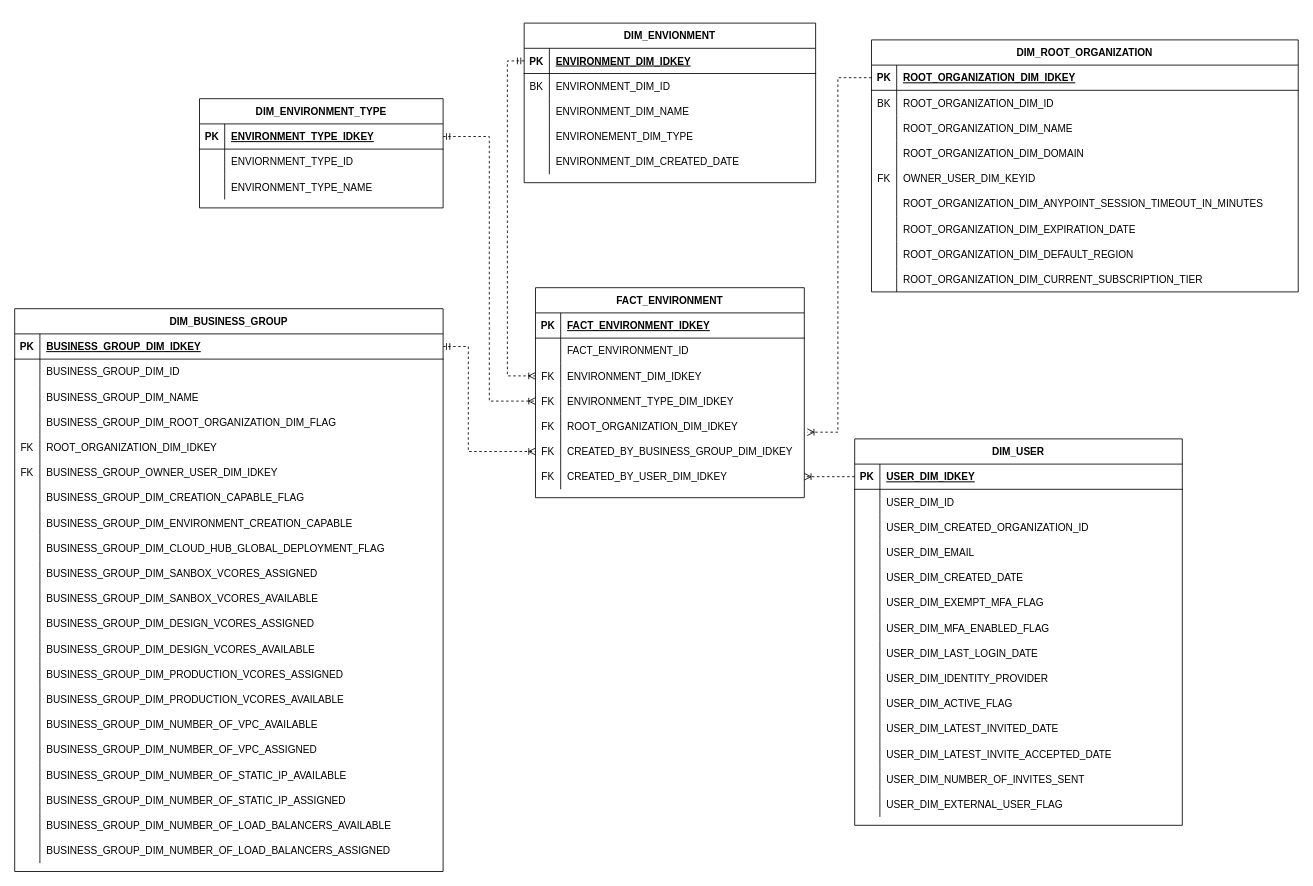
sponram/customer_analytics keeps this draw.io diagram as page "ENVIRONMENT" (3 of 7) of product/documentation/anypoint_logical_data_model.drawio. Above is the earlier version. Source tidied: cells renumbered, new cells numbered last; positions are measured from the earlier drawing's top-left corner, leaving out a move shared by most shapes. Both pictures are drawn from the tidied source at 84%, with x=0, y=0 at pixel (14, 23).
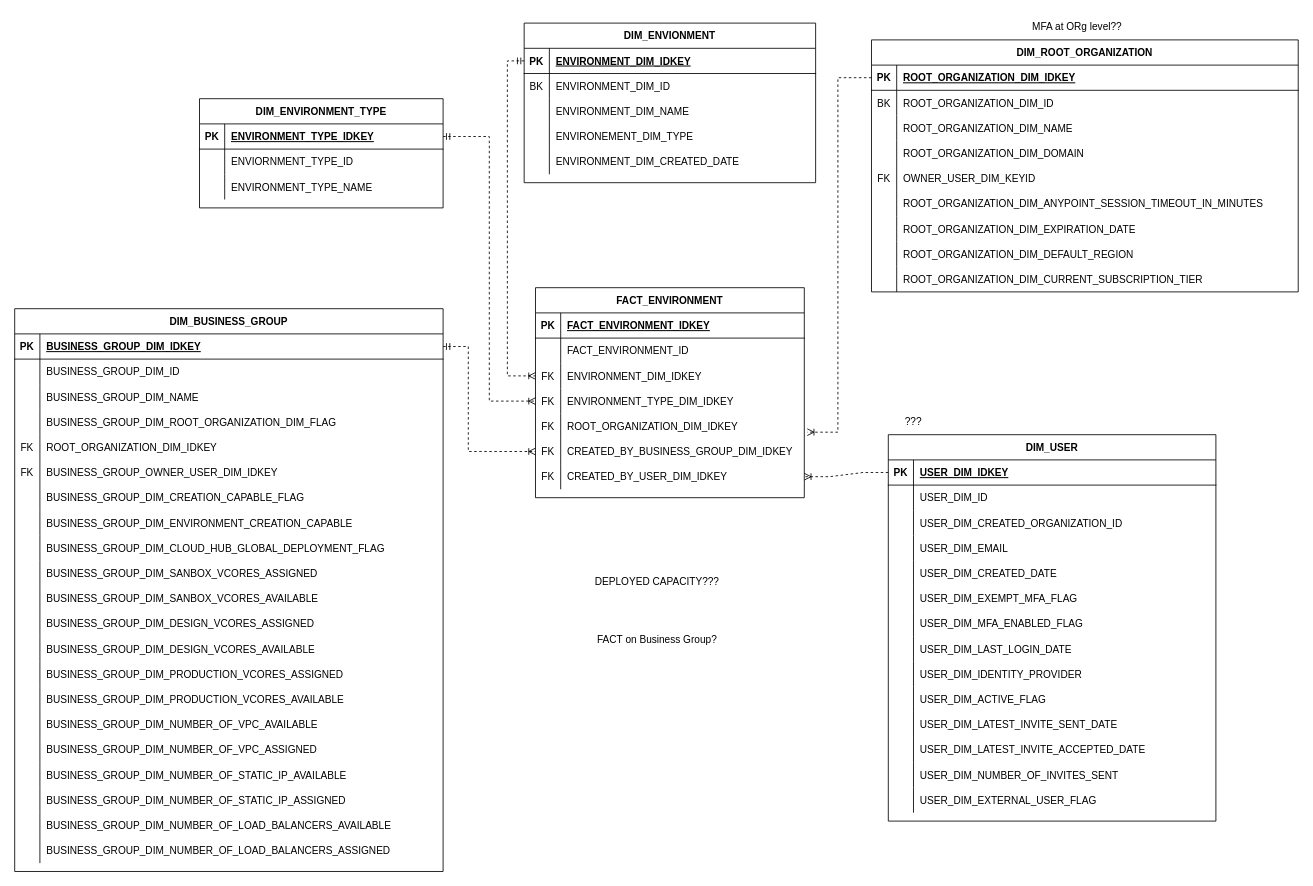
The same diagram, later.

Unchanged cells that the change refers to:
```xml
<mxCell id="87" style="shape=tableRow;horizontal=0;startSize=0;swimlaneHead=0;swimlaneBody=0;fillColor=none;top=0;left=0;right=0;bottom=0;" parent="56" vertex="1">
  <mxGeometry y="330" width="390" height="30" as="geometry" />
</mxCell>
```

Change to the diagram source:
```diff
@@
     <mxCell id="56" value="DIM_USER" style="shape=table;startSize=30;childLayout=tableLayout;rowLines=0;fontStyle=1;align=center;" parent="1" vertex="1">
-      <mxGeometry x="1000" y="495" width="390" height="460" as="geometry" />
+      <mxGeometry x="1040" y="490" width="390" height="460" as="geometry" />
     </mxCell>
@@
-    <mxCell id="89" value="USER_DIM_LATEST_INVITED_DATE" style="shape=partialRectangle;fillColor=none;top=0;left=0;bottom=0;right=0;align=left;spacingLeft=6;overflow=hidden;" parent="87" vertex="1">
+    <mxCell id="89" value="USER_DIM_LATEST_INVITE_SENT_DATE" style="shape=partialRectangle;fillColor=none;top=0;left=0;bottom=0;right=0;align=left;spacingLeft=6;overflow=hidden;" parent="87" vertex="1">
       <mxGeometry x="30" width="360" height="30" as="geometry" />
     </mxCell>
@@
+    <mxCell id="191" value="???" style="text;html=1;strokeColor=none;fillColor=none;align=center;verticalAlign=middle;whiteSpace=wrap;rounded=0;" parent="1" vertex="1">
+      <mxGeometry x="1040" y="460" width="60" height="30" as="geometry" />
+    </mxCell>
+    <mxCell id="192" value="DEPLOYED CAPACITY???" style="text;html=1;strokeColor=none;fillColor=none;align=center;verticalAlign=middle;whiteSpace=wrap;rounded=0;" parent="1" vertex="1">
+      <mxGeometry x="660" y="650" width="210" height="30" as="geometry" />
+    </mxCell>
+    <mxCell id="193" value="FACT on Business Group?" style="text;html=1;strokeColor=none;fillColor=none;align=center;verticalAlign=middle;whiteSpace=wrap;rounded=0;" parent="1" vertex="1">
+      <mxGeometry x="660" y="720" width="210" height="30" as="geometry" />
+    </mxCell>
+    <mxCell id="194" value="MFA at ORg level??" style="text;html=1;strokeColor=none;fillColor=none;align=center;verticalAlign=middle;whiteSpace=wrap;rounded=0;" parent="1" vertex="1">
+      <mxGeometry x="1160" y="-10" width="210" height="30" as="geometry" />
+    </mxCell>
```
